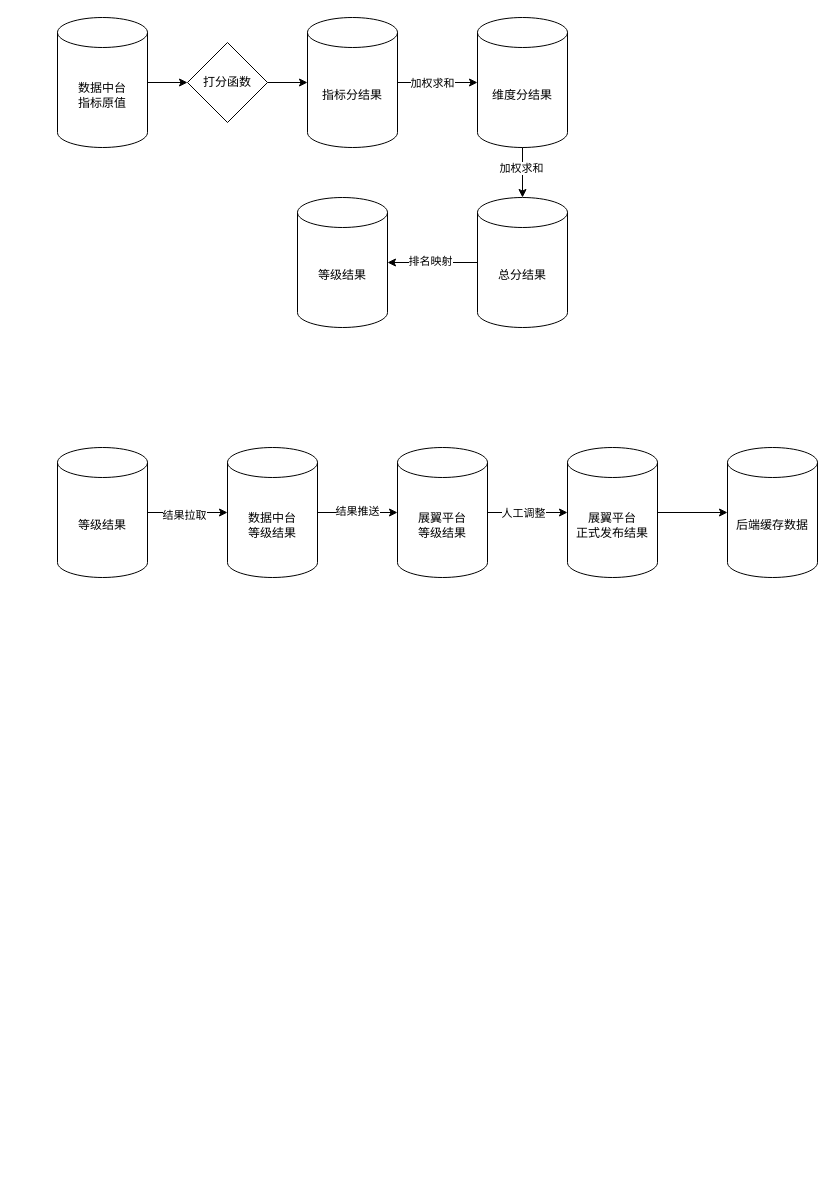
Earlier version of the draw.io diagram 友邦/友邦agent grade数据流程图.drawio (XiaoLiuAI/diagrams). Source tidied: cells renumbered, new cells numbered last; positions are measured from the earlier drawing's top-left corner, leaving out a move shared by most shapes. Both pictures are drawn from the tidied source at 100%, with x=0, y=0 at pixel (57, 17).
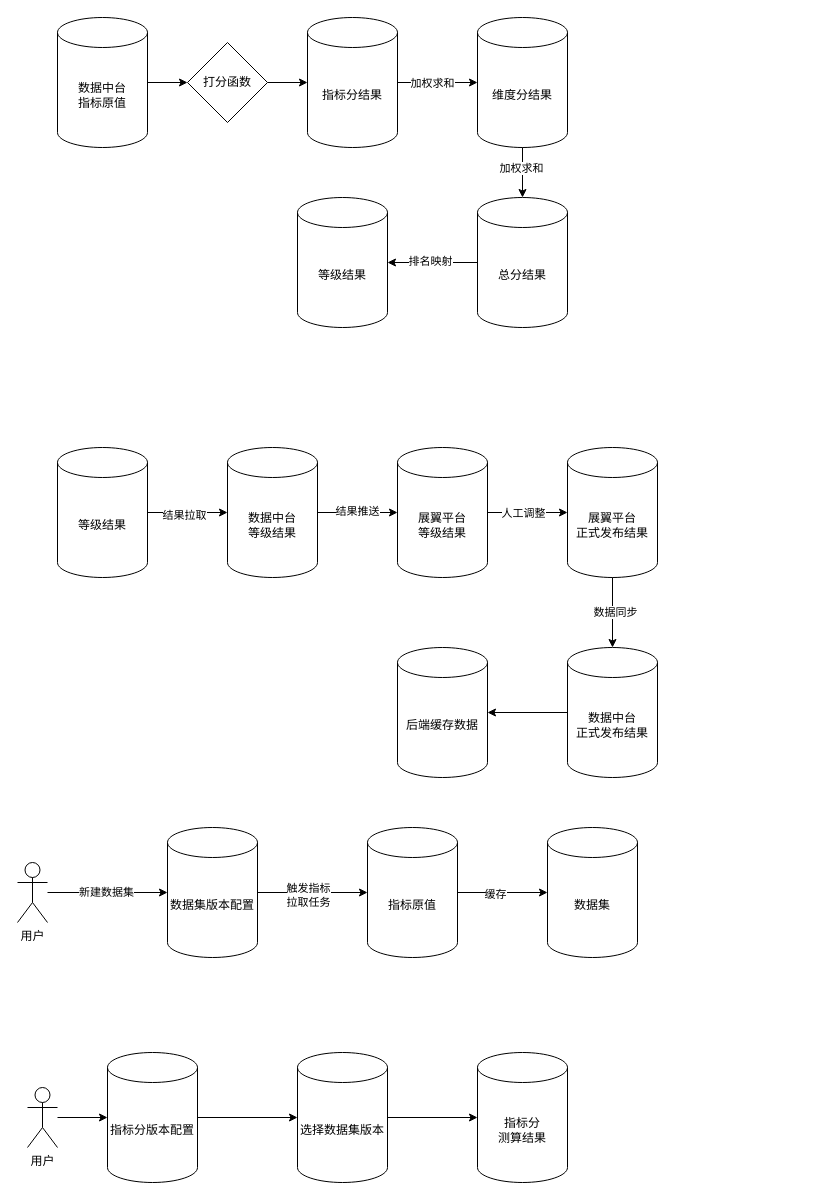
The same page after the edit.

Commit message (it also covers changes not shown here):
Update 友邦agent grade数据流程图.drawio

Unchanged cells that the change refers to:
```xml
<mxCell id="24" value="展翼平台&lt;div&gt;正式发布结果&lt;/div&gt;" style="shape=cylinder3;whiteSpace=wrap;html=1;boundedLbl=1;backgroundOutline=1;size=15;" parent="1" vertex="1">
  <mxGeometry x="510" y="430" width="90" height="130" as="geometry" />
</mxCell>
```

The edit, as a diff of the source:
```diff
@@
-    <mxCell id="23" style="edgeStyle=orthogonalEdgeStyle;rounded=0;jettySize=auto;html=1;" parent="1" edge="1" source="24" target="27">
-      <mxGeometry relative="1" as="geometry" />
-    </mxCell>
@@
     <mxCell id="27" value="后端缓存数据" style="shape=cylinder3;whiteSpace=wrap;html=1;boundedLbl=1;backgroundOutline=1;size=15;" parent="1" vertex="1">
-      <mxGeometry x="670" y="430" width="90" height="130" as="geometry" />
+      <mxGeometry x="340" y="630" width="90" height="130" as="geometry" />
     </mxCell>
+    <mxCell id="28" style="edgeStyle=orthogonalEdgeStyle;rounded=0;jettySize=auto;html=1;" parent="1" edge="1" source="29" target="27">
+      <mxGeometry relative="1" as="geometry" />
+    </mxCell>
+    <mxCell id="29" value="数据中台&lt;div&gt;正式发布结果&lt;/div&gt;" style="shape=cylinder3;whiteSpace=wrap;html=1;boundedLbl=1;backgroundOutline=1;size=15;" parent="1" vertex="1">
+      <mxGeometry x="510" y="630" width="90" height="130" as="geometry" />
+    </mxCell>
+    <mxCell id="30" style="edgeStyle=orthogonalEdgeStyle;rounded=0;jettySize=auto;html=1;entryX=0.5;entryY=0;entryDx=0;entryDy=0;entryPerimeter=0;" parent="1" edge="1" source="24" target="29">
+      <mxGeometry relative="1" as="geometry" />
+    </mxCell>
+    <mxCell id="31" value="数据同步" style="edgeLabel;html=1;align=center;verticalAlign=middle;" parent="30" vertex="1">
+      <mxGeometry x="-0.03" y="2" relative="1" as="geometry" />
+    </mxCell>
+    <mxCell id="32" style="edgeStyle=orthogonalEdgeStyle;rounded=0;jettySize=auto;html=1;" parent="1" edge="1" source="34" target="41">
+      <mxGeometry relative="1" as="geometry" />
+    </mxCell>
+    <mxCell id="33" value="缓存" style="edgeLabel;html=1;align=center;verticalAlign=middle;" parent="32" vertex="1">
+      <mxGeometry x="-0.18" relative="1" as="geometry">
+        <mxPoint y="1" as="offset" />
+      </mxGeometry>
+    </mxCell>
+    <mxCell id="34" value="指标原值" style="shape=cylinder3;whiteSpace=wrap;html=1;boundedLbl=1;backgroundOutline=1;size=15;" parent="1" vertex="1">
+      <mxGeometry x="310" y="810" width="90" height="130" as="geometry" />
+    </mxCell>
+    <mxCell id="35" style="edgeStyle=orthogonalEdgeStyle;rounded=0;jettySize=auto;html=1;" parent="1" edge="1" source="37" target="34">
+      <mxGeometry relative="1" as="geometry" />
+    </mxCell>
+    <mxCell id="36" value="触发指标&lt;div&gt;拉取任务&lt;/div&gt;" style="edgeLabel;html=1;align=center;verticalAlign=middle;" parent="35" vertex="1">
+      <mxGeometry x="-0.1" y="-2" relative="1" as="geometry" />
+    </mxCell>
+    <mxCell id="37" value="数据集版本配置" style="shape=cylinder3;whiteSpace=wrap;html=1;boundedLbl=1;backgroundOutline=1;size=15;" parent="1" vertex="1">
+      <mxGeometry x="110" y="810" width="90" height="130" as="geometry" />
+    </mxCell>
+    <mxCell id="38" style="edgeStyle=orthogonalEdgeStyle;rounded=0;jettySize=auto;html=1;" parent="1" edge="1" source="40" target="37">
+      <mxGeometry relative="1" as="geometry" />
+    </mxCell>
+    <mxCell id="39" value="新建数据集" style="edgeLabel;html=1;align=center;verticalAlign=middle;" parent="38" vertex="1">
+      <mxGeometry x="-0.04" y="1" relative="1" as="geometry" />
+    </mxCell>
+    <mxCell id="40" value="用户" style="shape=umlActor;verticalLabelPosition=bottom;verticalAlign=top;html=1;outlineConnect=0;" parent="1" vertex="1">
+      <mxGeometry x="-40" y="845" width="30" height="60" as="geometry" />
+    </mxCell>
+    <mxCell id="41" value="数据集" style="shape=cylinder3;whiteSpace=wrap;html=1;boundedLbl=1;backgroundOutline=1;size=15;" parent="1" vertex="1">
+      <mxGeometry x="490" y="810" width="90" height="130" as="geometry" />
+    </mxCell>
+    <mxCell id="42" style="edgeStyle=orthogonalEdgeStyle;rounded=0;jettySize=auto;html=1;" parent="1" edge="1" source="43" target="45">
+      <mxGeometry relative="1" as="geometry" />
+    </mxCell>
+    <mxCell id="43" value="用户" style="shape=umlActor;verticalLabelPosition=bottom;verticalAlign=top;html=1;outlineConnect=0;" parent="1" vertex="1">
+      <mxGeometry x="-30" y="1070" width="30" height="60" as="geometry" />
+    </mxCell>
+    <mxCell id="44" style="edgeStyle=orthogonalEdgeStyle;rounded=0;jettySize=auto;html=1;" parent="1" edge="1" source="45" target="47">
+      <mxGeometry relative="1" as="geometry" />
+    </mxCell>
+    <mxCell id="45" value="指标分版本配置" style="shape=cylinder3;whiteSpace=wrap;html=1;boundedLbl=1;backgroundOutline=1;size=15;" parent="1" vertex="1">
+      <mxGeometry x="50" y="1035" width="90" height="130" as="geometry" />
+    </mxCell>
+    <mxCell id="46" style="edgeStyle=orthogonalEdgeStyle;rounded=0;jettySize=auto;html=1;" parent="1" edge="1" source="47" target="48">
+      <mxGeometry relative="1" as="geometry" />
+    </mxCell>
+    <mxCell id="47" value="选择数据集版本" style="shape=cylinder3;whiteSpace=wrap;html=1;boundedLbl=1;backgroundOutline=1;size=15;" parent="1" vertex="1">
+      <mxGeometry x="240" y="1035" width="90" height="130" as="geometry" />
+    </mxCell>
+    <mxCell id="48" value="指标分&lt;div&gt;测算结果&lt;/div&gt;" style="shape=cylinder3;whiteSpace=wrap;html=1;boundedLbl=1;backgroundOutline=1;size=15;" parent="1" vertex="1">
+      <mxGeometry x="420" y="1035" width="90" height="130" as="geometry" />
+    </mxCell>
```
